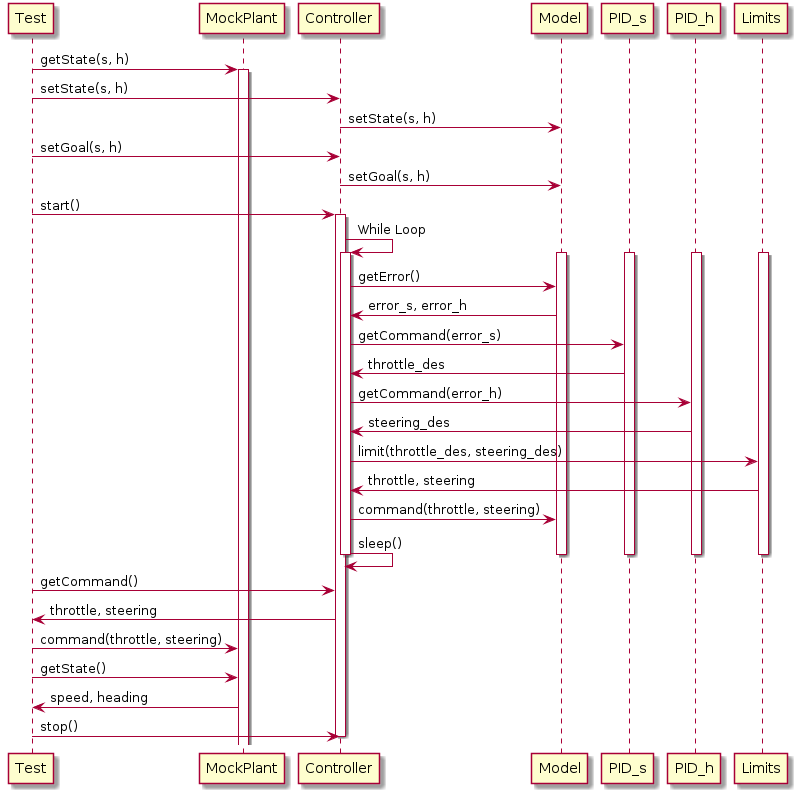
danielmohansahu/ackermann-controller keeps this PlantUML diagram as docs/uml/activity_diagram.png. Above is the earlier version.
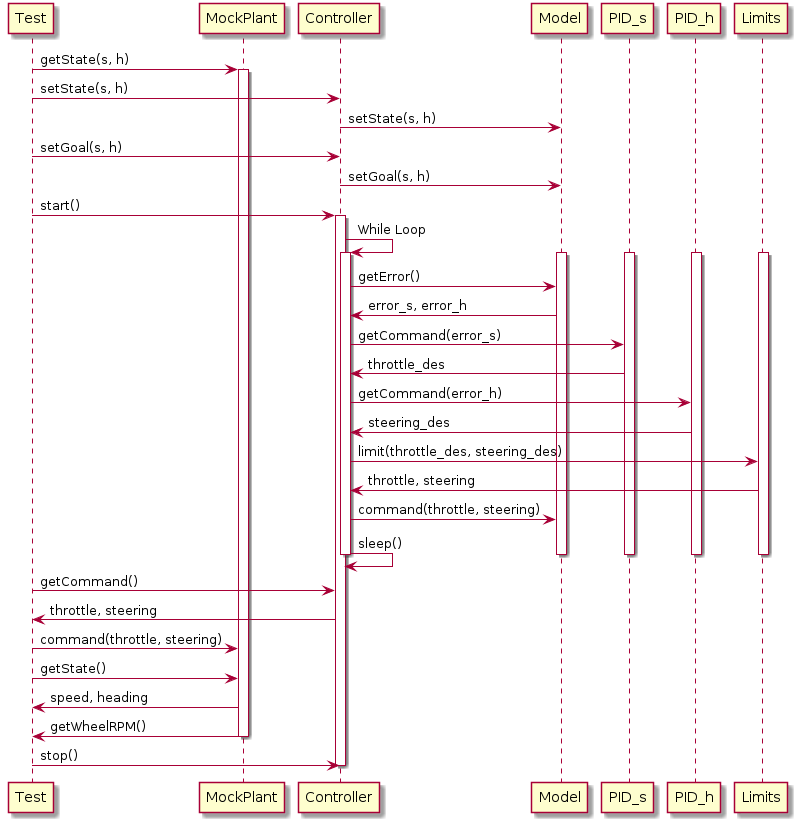
Later version of the same file.

Commit message:
[Task1.9] Updating README file and UML diagrams per class feedback and instructions.

Diff of the diagram source:
```diff
@@ -46,6 +46,8 @@
 Test -> MockPlant: command(throttle, steering)
 Test -> MockPlant: getState()
 MockPlant -> Test: speed, heading
+MockPlant -> Test: getWheelRPM()
+deactivate MockPlant
 
 Test -> Controller: stop()
 deactivate Controller
```
